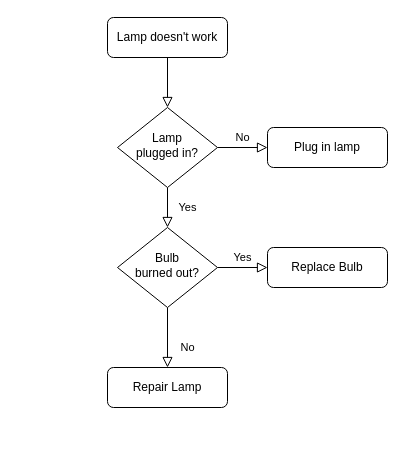
Before: Untitled Diagram.drawio in Pranavv2006/support-pages-exp_app, a draw.io diagram. Source tidied: cells renumbered, new cells numbered last; positions are measured from the earlier drawing's top-left corner, leaving out a move shared by most shapes. Both pictures are drawn from the tidied source at 100%, with x=0, y=0 at pixel (107, 17).
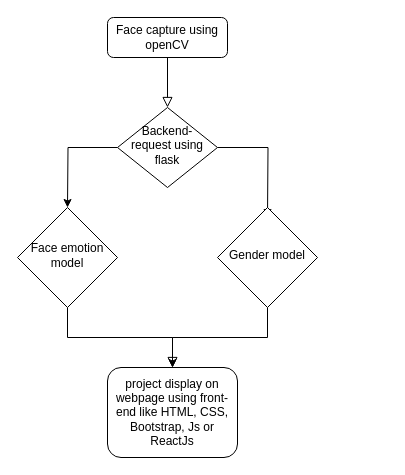
The same diagram, later.

The edit, as a diff of the source:
```diff
@@
 <mxGraphModel>
   <root>
     <mxCell id="0" />
     <mxCell id="1" parent="0" />
     <mxCell id="2" style="rounded=0;html=1;jettySize=auto;fontSize=11;endArrow=block;endFill=0;endSize=8;strokeWidth=1;shadow=0;labelBackgroundColor=none;edgeStyle=orthogonalEdgeStyle;" parent="1" edge="1" source="3" target="6">
       <mxGeometry relative="1" as="geometry" />
     </mxCell>
-    <mxCell id="3" value="Lamp doesn't work" style="rounded=1;whiteSpace=wrap;html=1;fontSize=12;glass=0;strokeWidth=1;shadow=0;" parent="1" vertex="1">
+    <mxCell id="3" value="Face capture using openCV" style="rounded=1;whiteSpace=wrap;html=1;fontSize=12;glass=0;strokeWidth=1;shadow=0;" parent="1" vertex="1">
       <mxGeometry width="120" height="40" as="geometry" />
     </mxCell>
-    <mxCell id="4" value="Yes" style="rounded=0;html=1;jettySize=auto;fontSize=11;endArrow=block;endFill=0;endSize=8;strokeWidth=1;shadow=0;labelBackgroundColor=none;edgeStyle=orthogonalEdgeStyle;" parent="1" edge="1" source="6" target="10">
-      <mxGeometry y="20" relative="1" as="geometry" />
-    </mxCell>
-    <mxCell id="5" value="No" style="edgeStyle=orthogonalEdgeStyle;rounded=0;html=1;jettySize=auto;fontSize=11;endArrow=block;endFill=0;endSize=8;strokeWidth=1;shadow=0;labelBackgroundColor=none;" parent="1" edge="1" source="6" target="7">
-      <mxGeometry y="10" relative="1" as="geometry" />
-    </mxCell>
+    <mxCell id="13" style="edgeStyle=orthogonalEdgeStyle;rounded=0;jettySize=auto;html=1;" parent="1" edge="1" source="6">
+      <mxGeometry relative="1" as="geometry">
+        <mxPoint x="160" y="200" as="targetPoint" />
+      </mxGeometry>
+    </mxCell>
+    <mxCell id="14" style="edgeStyle=orthogonalEdgeStyle;rounded=0;jettySize=auto;html=1;" parent="1" edge="1" source="6">
+      <mxGeometry relative="1" as="geometry">
+        <mxPoint x="-40" y="190" as="targetPoint" />
+      </mxGeometry>
+    </mxCell>
-    <mxCell id="6" value="Lamp&lt;br&gt;plugged in?" style="rhombus;whiteSpace=wrap;html=1;shadow=0;fontFamily=Helvetica;fontSize=12;align=center;strokeWidth=1;spacing=6;spacingTop=-4;" parent="1" vertex="1">
+    <mxCell id="6" value="Backend-request using flask" style="rhombus;whiteSpace=wrap;html=1;shadow=0;fontFamily=Helvetica;fontSize=12;align=center;strokeWidth=1;spacing=6;spacingTop=-4;" parent="1" vertex="1">
       <mxGeometry x="10" y="90" width="100" height="80" as="geometry" />
     </mxCell>
-    <mxCell id="7" value="Plug in lamp" style="rounded=1;whiteSpace=wrap;html=1;fontSize=12;glass=0;strokeWidth=1;shadow=0;" parent="1" vertex="1">
-      <mxGeometry x="160" y="110" width="120" height="40" as="geometry" />
-    </mxCell>
-    <mxCell id="8" value="No" style="rounded=0;html=1;jettySize=auto;fontSize=11;endArrow=block;endFill=0;endSize=8;strokeWidth=1;shadow=0;labelBackgroundColor=none;edgeStyle=orthogonalEdgeStyle;" parent="1" edge="1" source="10" target="11">
+    <mxCell id="8" style="rounded=0;html=1;jettySize=auto;fontSize=11;endArrow=block;endFill=0;endSize=8;strokeWidth=1;shadow=0;labelBackgroundColor=none;edgeStyle=orthogonalEdgeStyle;" parent="1" edge="1" source="10" target="11">
       <mxGeometry x="0.33" y="20" relative="1" as="geometry" />
     </mxCell>
-    <mxCell id="9" value="Yes" style="edgeStyle=orthogonalEdgeStyle;rounded=0;html=1;jettySize=auto;fontSize=11;endArrow=block;endFill=0;endSize=8;strokeWidth=1;shadow=0;labelBackgroundColor=none;" parent="1" edge="1" source="10" target="12">
-      <mxGeometry y="10" relative="1" as="geometry" />
-    </mxCell>
-    <mxCell id="10" value="Bulb&lt;br&gt;burned out?" style="rhombus;whiteSpace=wrap;html=1;shadow=0;fontFamily=Helvetica;fontSize=12;align=center;strokeWidth=1;spacing=6;spacingTop=-4;" parent="1" vertex="1">
-      <mxGeometry x="10" y="210" width="100" height="80" as="geometry" />
+    <mxCell id="10" value="Face emotion model" style="rhombus;whiteSpace=wrap;html=1;shadow=0;fontFamily=Helvetica;fontSize=12;align=center;strokeWidth=1;spacing=6;spacingTop=-4;" parent="1" vertex="1">
+      <mxGeometry x="-90" y="190" width="100" height="100" as="geometry" />
     </mxCell>
-    <mxCell id="11" value="Repair Lamp" style="rounded=1;whiteSpace=wrap;html=1;fontSize=12;glass=0;strokeWidth=1;shadow=0;" parent="1" vertex="1">
-      <mxGeometry y="350" width="120" height="40" as="geometry" />
+    <mxCell id="11" value="project display on webpage using front-end like HTML, CSS, Bootstrap, Js or ReactJs" style="rounded=1;whiteSpace=wrap;html=1;fontSize=12;glass=0;strokeWidth=1;shadow=0;" parent="1" vertex="1">
+      <mxGeometry y="350" width="130" height="90" as="geometry" />
     </mxCell>
-    <mxCell id="12" value="Replace Bulb" style="rounded=1;whiteSpace=wrap;html=1;fontSize=12;glass=0;strokeWidth=1;shadow=0;" parent="1" vertex="1">
-      <mxGeometry x="160" y="230" width="120" height="40" as="geometry" />
-    </mxCell>
+    <mxCell id="15" style="edgeStyle=orthogonalEdgeStyle;rounded=0;jettySize=auto;html=1;" parent="1" edge="1" source="16" target="11">
+      <mxGeometry relative="1" as="geometry" />
+    </mxCell>
+    <mxCell id="16" value="Gender model" style="rhombus;whiteSpace=wrap;html=1;shadow=0;fontFamily=Helvetica;fontSize=12;align=center;strokeWidth=1;spacing=6;spacingTop=-4;" parent="1" vertex="1">
+      <mxGeometry x="110" y="190" width="100" height="100" as="geometry" />
+    </mxCell>
   </root>
 </mxGraphModel>
```
